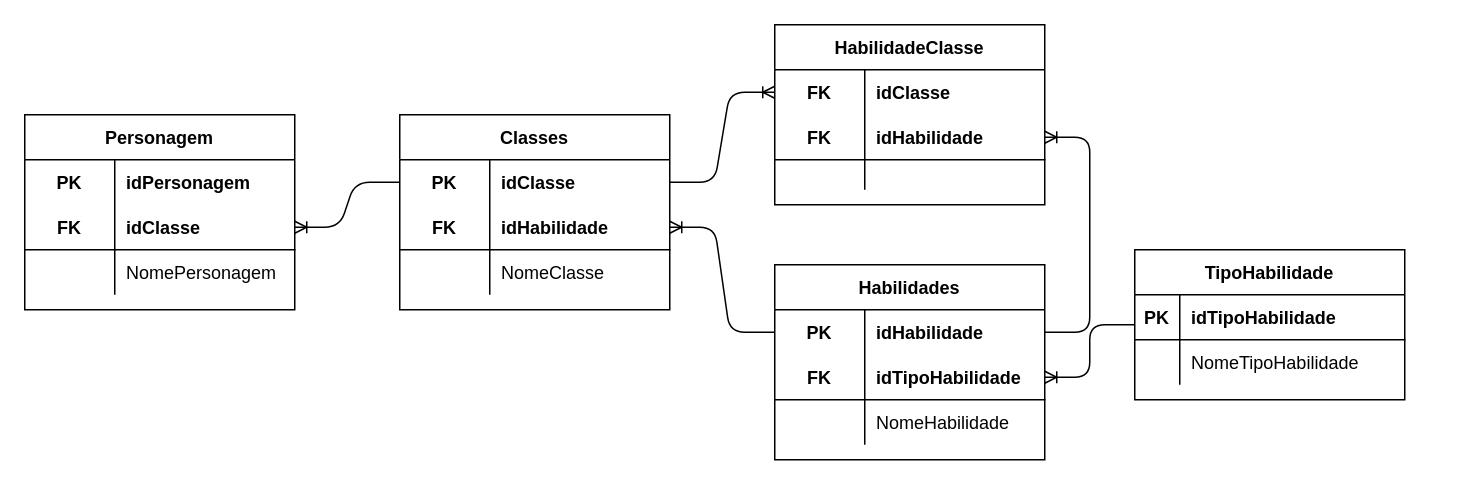
This is page "Logico" (2 of 2) of HROADS/MER/merHROADS.drawio from Mateusrodrigues75/senai2s_sprint1_bd, a draw.io file, before an edit. Source tidied: cells renumbered, new cells numbered last; positions are measured from the earlier drawing's top-left corner, leaving out a move shared by most shapes. Both pictures are drawn from the tidied source at 150%, with x=0, y=0 at pixel (24, 24).
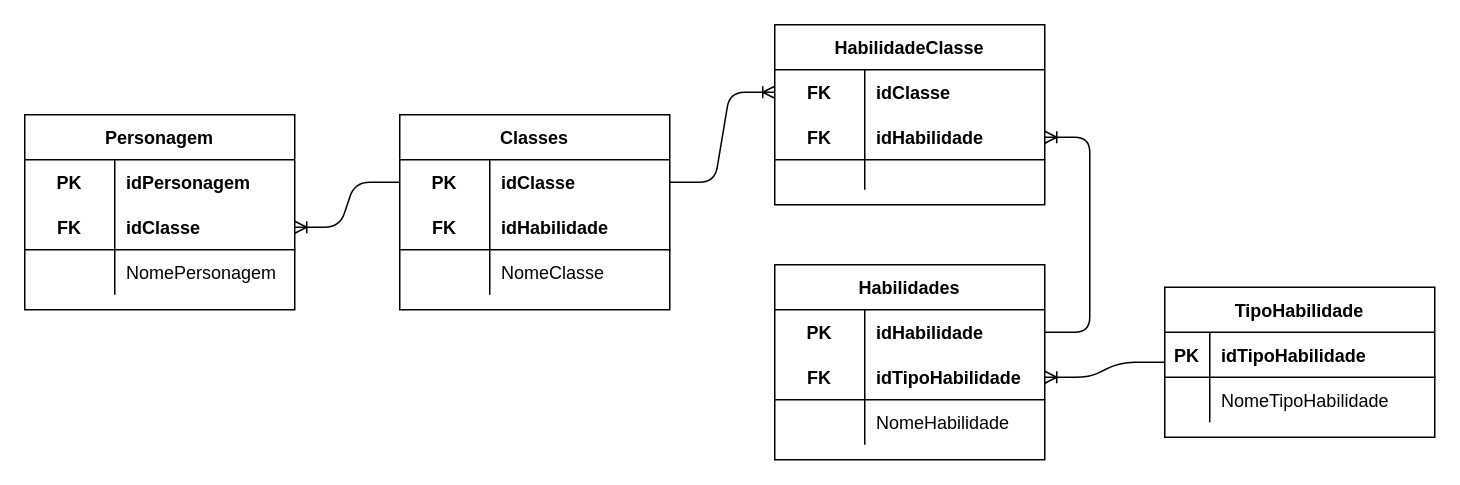
The same diagram, later.

Unchanged cells that the change refers to:
```xml
<mxCell id="6" style="shape=partialRectangle;fillColor=none;top=0;left=0;bottom=1;right=0;points=[[0,0.5],[1,0.5]];portConstraint=eastwest;" parent="2" vertex="1">
  <mxGeometry y="60" width="180" height="30" as="geometry" />
</mxCell>
<mxCell id="13" style="shape=partialRectangle;fillColor=none;top=0;left=0;bottom=0;right=0;points=[[0,0.5],[1,0.5]];portConstraint=eastwest;" parent="12" vertex="1">
  <mxGeometry y="30" width="180" height="30" as="geometry" />
</mxCell>
```

Change to the diagram source:
```diff
@@
     <mxCell id="32" value="TipoHabilidade" style="shape=table;startSize=30;childLayout=tableLayout;rowLines=0;fontStyle=1;align=center;" parent="1" vertex="1">
-      <mxGeometry x="740" y="150" width="180" height="100" as="geometry" />
+      <mxGeometry x="760" y="175" width="180" height="100" as="geometry" />
     </mxCell>
@@
-    <mxCell id="53" style="edgeStyle=entityRelationEdgeStyle;fontSize=12;html=1;endArrow=ERoneToMany;exitX=0;exitY=0.5;exitDx=0;exitDy=0;entryX=1;entryY=0.5;entryDx=0;entryDy=0;" parent="1" edge="1" source="13" target="6">
-      <mxGeometry relative="1" as="geometry" />
-    </mxCell>
```
